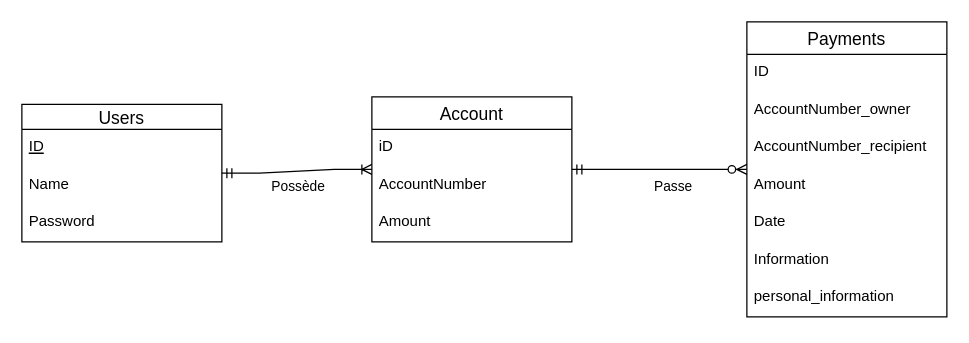
Before: Documentation/MCD.drawio in Trobinsch/TPI_RSZ, a draw.io diagram. Source tidied: cells renumbered, new cells numbered last; positions are measured from the earlier drawing's top-left corner, leaving out a move shared by most shapes. Both pictures are drawn from the tidied source at 125%, with x=0, y=0 at pixel (21, 21).
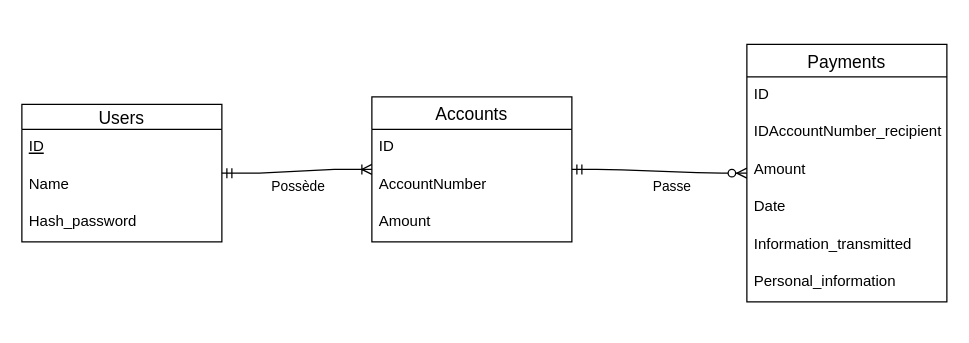
After the change.

Unchanged cells that the change refers to:
```xml
<mxCell id="2" value="Users" style="swimlane;fontStyle=0;horizontal=1;startSize=20;align=center;fontSize=14;" parent="1" vertex="1">
  <mxGeometry y="66" width="160" height="110" as="geometry" />
</mxCell>
```

What changed in the source:
```diff
@@
-    <mxCell id="5" value="Password" style="text;strokeColor=none;fillColor=none;spacingLeft=4;spacingRight=4;overflow=hidden;fontSize=12;" parent="2" vertex="1">
+    <mxCell id="5" value="Hash_password" style="text;strokeColor=none;fillColor=none;spacingLeft=4;spacingRight=4;overflow=hidden;fontSize=12;" parent="2" vertex="1">
       <mxGeometry y="80" width="160" height="30" as="geometry" />
     </mxCell>
     <mxCell id="6" value="Payments" style="swimlane;fontStyle=0;horizontal=1;startSize=26;align=center;fontSize=14;" parent="1" vertex="1">
-      <mxGeometry x="580" width="160" height="236" as="geometry" />
+      <mxGeometry x="580" y="18" width="160" height="206" as="geometry" />
     </mxCell>
@@
-    <mxCell id="8" value="AccountNumber_owner" style="text;strokeColor=none;fillColor=none;spacingLeft=4;spacingRight=4;overflow=hidden;fontSize=12;" parent="6" vertex="1">
-      <mxGeometry y="56" width="160" height="30" as="geometry" />
-    </mxCell>
-    <mxCell id="9" value="AccountNumber_recipient" style="text;strokeColor=none;fillColor=none;spacingLeft=4;spacingRight=4;overflow=hidden;fontSize=12;" parent="6" vertex="1">
-      <mxGeometry y="86" width="160" height="30" as="geometry" />
+    <mxCell id="9" value="IDAccountNumber_recipient" style="text;strokeColor=none;fillColor=none;spacingLeft=4;spacingRight=4;overflow=hidden;fontSize=12;" parent="6" vertex="1">
+      <mxGeometry y="56" width="160" height="30" as="geometry" />
     </mxCell>
     <mxCell id="10" value="Amount" style="text;strokeColor=none;fillColor=none;spacingLeft=4;spacingRight=4;overflow=hidden;fontSize=12;" parent="6" vertex="1">
-      <mxGeometry y="116" width="160" height="30" as="geometry" />
+      <mxGeometry y="86" width="160" height="30" as="geometry" />
     </mxCell>
     <mxCell id="11" value="Date" style="text;strokeColor=none;fillColor=none;spacingLeft=4;spacingRight=4;overflow=hidden;fontSize=12;" parent="6" vertex="1">
-      <mxGeometry y="146" width="160" height="30" as="geometry" />
+      <mxGeometry y="116" width="160" height="30" as="geometry" />
     </mxCell>
-    <mxCell id="12" value="Information" style="text;strokeColor=none;fillColor=none;spacingLeft=4;spacingRight=4;overflow=hidden;fontSize=12;" parent="6" vertex="1">
-      <mxGeometry y="176" width="160" height="30" as="geometry" />
+    <mxCell id="12" value="Information_transmitted" style="text;strokeColor=none;fillColor=none;spacingLeft=4;spacingRight=4;overflow=hidden;fontSize=12;" parent="6" vertex="1">
+      <mxGeometry y="146" width="160" height="30" as="geometry" />
     </mxCell>
-    <mxCell id="13" value="personal_information" style="text;strokeColor=none;fillColor=none;spacingLeft=4;spacingRight=4;overflow=hidden;fontSize=12;" parent="6" vertex="1">
-      <mxGeometry y="206" width="160" height="30" as="geometry" />
+    <mxCell id="13" value="Personal_information" style="text;strokeColor=none;fillColor=none;spacingLeft=4;spacingRight=4;overflow=hidden;fontSize=12;" parent="6" vertex="1">
+      <mxGeometry y="176" width="160" height="30" as="geometry" />
     </mxCell>
@@
-    <mxCell id="16" value="Account" style="swimlane;fontStyle=0;horizontal=1;startSize=26;align=center;fontSize=14;" parent="1" vertex="1">
+    <mxCell id="16" value="Accounts" style="swimlane;fontStyle=0;horizontal=1;startSize=26;align=center;fontSize=14;" parent="1" vertex="1">
       <mxGeometry x="280" y="60" width="160" height="116" as="geometry" />
     </mxCell>
-    <mxCell id="17" value="iD" style="text;strokeColor=none;fillColor=none;spacingLeft=4;spacingRight=4;overflow=hidden;fontSize=12;" parent="16" vertex="1">
+    <mxCell id="17" value="ID" style="text;strokeColor=none;fillColor=none;spacingLeft=4;spacingRight=4;overflow=hidden;fontSize=12;" parent="16" vertex="1">
       <mxGeometry y="26" width="160" height="30" as="geometry" />
     </mxCell>
```
